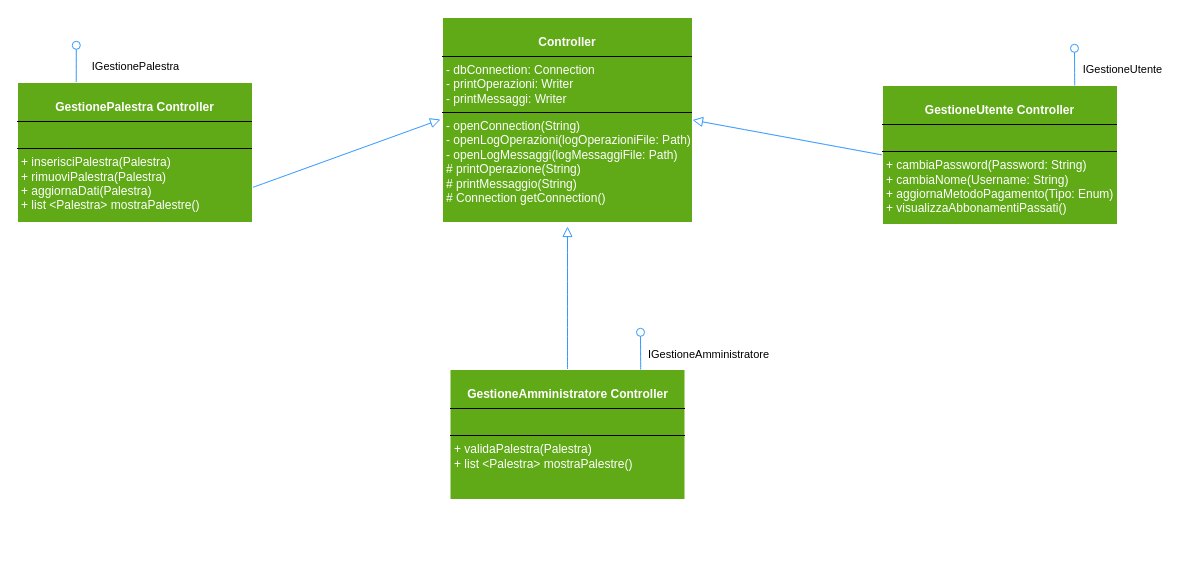
This is Diagrammi_Package/gestioneUtente2.drawio from JosephBoom02/Progetto_Ingegneria_del_Software, a draw.io file, before an edit. Source tidied: cells renumbered, new cells numbered last; positions are measured from the earlier drawing's top-left corner, leaving out a move shared by most shapes. Both pictures are drawn from the tidied source at 100%, with x=0, y=0 at pixel (17, 17).
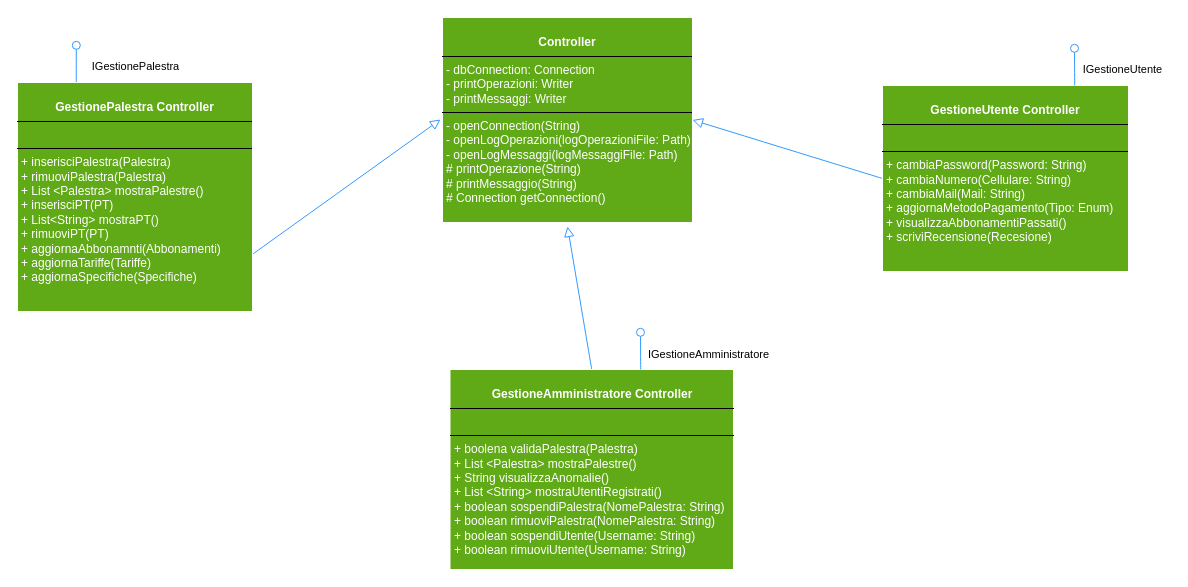
The same page after the edit.

Change to the diagram source:
```diff
@@
 <mxGraphModel>
   <root>
     <mxCell id="0" />
     <mxCell id="1" parent="0" />
     <mxCell id="2" style="edgeStyle=none;curved=1;rounded=0;jettySize=auto;html=1;exitX=0;exitY=0.5;exitDx=0;exitDy=0;entryX=1;entryY=0.5;entryDx=0;entryDy=0;fontSize=12;startSize=8;endSize=8;strokeColor=#3399FF;endArrow=block;endFill=0;" parent="1" edge="1" source="3" target="9">
       <mxGeometry relative="1" as="geometry" />
     </mxCell>
-    <mxCell id="3" value="&lt;p style=&quot;margin:0px;margin-top:4px;text-align:center;&quot;&gt;&lt;font color=&quot;#ffffff&quot;&gt;&lt;br&gt;&lt;b&gt;GestioneUtente Controller&lt;br&gt;&lt;/b&gt;&lt;/font&gt;&lt;/p&gt;&lt;hr size=&quot;1&quot; style=&quot;border-style:solid;&quot;&gt;&lt;p style=&quot;margin:0px;margin-left:4px;&quot;&gt;&lt;font color=&quot;#ffffff&quot;&gt;&lt;br&gt;&lt;/font&gt;&lt;/p&gt;&lt;hr size=&quot;1&quot; style=&quot;border-style:solid;&quot;&gt;&lt;p style=&quot;margin:0px;margin-left:4px;&quot;&gt;&lt;font color=&quot;#ffffff&quot;&gt;+ cambiaPassword(Password: String)&amp;nbsp;&lt;/font&gt;&lt;/p&gt;&lt;p style=&quot;margin:0px;margin-left:4px;&quot;&gt;&lt;font color=&quot;#ffffff&quot;&gt;+ cambiaNome(Username: String)&lt;br&gt;&lt;/font&gt;&lt;/p&gt;&lt;p style=&quot;margin:0px;margin-left:4px;&quot;&gt;&lt;font color=&quot;#ffffff&quot;&gt;+ aggiornaMetodoPagamento(Tipo: Enum)&lt;br&gt;&lt;/font&gt;&lt;/p&gt;&lt;p style=&quot;margin:0px;margin-left:4px;&quot;&gt;&lt;font color=&quot;#ffffff&quot;&gt;+ visualizzaAbbonamentiPassati()&lt;br&gt;&lt;/font&gt;&lt;/p&gt;" style="verticalAlign=top;align=left;overflow=fill;html=1;whiteSpace=wrap;fillColor=#60A917;strokeColor=#FFFFFF;" parent="1" vertex="1">
-      <mxGeometry x="865" y="68" width="235" height="139" as="geometry" />
+    <mxCell id="3" value="&lt;p style=&quot;margin:0px;margin-top:4px;text-align:center;&quot;&gt;&lt;font color=&quot;#ffffff&quot;&gt;&lt;br&gt;&lt;b&gt;GestioneUtente Controller&lt;br&gt;&lt;/b&gt;&lt;/font&gt;&lt;/p&gt;&lt;hr size=&quot;1&quot; style=&quot;border-style:solid;&quot;&gt;&lt;p style=&quot;margin:0px;margin-left:4px;&quot;&gt;&lt;font color=&quot;#ffffff&quot;&gt;&lt;br&gt;&lt;/font&gt;&lt;/p&gt;&lt;hr size=&quot;1&quot; style=&quot;border-style:solid;&quot;&gt;&lt;p style=&quot;margin:0px;margin-left:4px;&quot;&gt;&lt;font color=&quot;#ffffff&quot;&gt;+ cambiaPassword(Password: String)&amp;nbsp;&lt;/font&gt;&lt;/p&gt;&lt;p style=&quot;margin:0px;margin-left:4px;&quot;&gt;&lt;font color=&quot;#ffffff&quot;&gt;+ cambiaNumero(Cellulare: String)&lt;br&gt;&lt;/font&gt;&lt;/p&gt;&lt;p style=&quot;margin:0px;margin-left:4px;&quot;&gt;&lt;font color=&quot;#ffffff&quot;&gt;+ cambiaMail(Mail: String)&lt;/font&gt;&lt;/p&gt;&lt;p style=&quot;margin:0px;margin-left:4px;&quot;&gt;&lt;font color=&quot;#ffffff&quot;&gt;+ aggiornaMetodoPagamento(Tipo: Enum)&lt;br&gt;&lt;/font&gt;&lt;/p&gt;&lt;p style=&quot;margin:0px;margin-left:4px;&quot;&gt;&lt;font color=&quot;#ffffff&quot;&gt;+ visualizzaAbbonamentiPassati()&lt;br&gt;&lt;/font&gt;&lt;/p&gt;&lt;p style=&quot;margin:0px;margin-left:4px;&quot;&gt;&lt;font color=&quot;#ffffff&quot;&gt;+ scriviRecensione(Recesione)&lt;/font&gt;&lt;/p&gt;" style="verticalAlign=top;align=left;overflow=fill;html=1;whiteSpace=wrap;fillColor=#60A917;strokeColor=#FFFFFF;" parent="1" vertex="1">
+      <mxGeometry x="865" y="68" width="246" height="186" as="geometry" />
     </mxCell>
     <mxCell id="4" style="edgeStyle=none;curved=1;rounded=0;jettySize=auto;html=1;exitX=1;exitY=0.75;exitDx=0;exitDy=0;fontSize=12;startSize=8;endSize=8;strokeColor=#3399FF;endArrow=block;endFill=0;" parent="1" edge="1" source="6">
       <mxGeometry relative="1" as="geometry">
         <mxPoint x="423" y="102" as="targetPoint" />
       </mxGeometry>
     </mxCell>
     <mxCell id="5" style="edgeStyle=none;curved=1;rounded=0;jettySize=auto;html=1;exitX=0.25;exitY=0;exitDx=0;exitDy=0;fontSize=12;startSize=8;endSize=8;endArrow=oval;endFill=0;strokeColor=#3399FF;" parent="1" edge="1" source="6">
       <mxGeometry relative="1" as="geometry">
         <mxPoint x="58.8" y="27.8" as="targetPoint" />
       </mxGeometry>
     </mxCell>
-    <mxCell id="6" value="&lt;p style=&quot;margin:0px;margin-top:4px;text-align:center;&quot;&gt;&lt;font color=&quot;#ffffff&quot;&gt;&lt;br&gt;&lt;b&gt;GestionePalestra Controller&lt;br&gt;&lt;/b&gt;&lt;/font&gt;&lt;/p&gt;&lt;hr size=&quot;1&quot; style=&quot;border-style:solid;&quot;&gt;&lt;p style=&quot;margin:0px;margin-left:4px;&quot;&gt;&lt;font color=&quot;#ffffff&quot;&gt;&lt;br&gt;&lt;/font&gt;&lt;/p&gt;&lt;hr size=&quot;1&quot; style=&quot;border-style:solid;&quot;&gt;&lt;p style=&quot;margin:0px;margin-left:4px;&quot;&gt;&lt;font color=&quot;#ffffff&quot;&gt;+ inserisciPalestra(Palestra)&lt;/font&gt;&lt;/p&gt;&lt;p style=&quot;margin:0px;margin-left:4px;&quot;&gt;&lt;font color=&quot;#ffffff&quot;&gt;+ rimuoviPalestra(Palestra)&lt;/font&gt;&lt;/p&gt;&lt;p style=&quot;margin:0px;margin-left:4px;&quot;&gt;&lt;font color=&quot;#ffffff&quot;&gt;+ aggiornaDati(Palestra)&lt;/font&gt;&lt;/p&gt;&lt;p style=&quot;margin:0px;margin-left:4px;&quot;&gt;&lt;font color=&quot;#ffffff&quot;&gt;+ list &amp;lt;Palestra&amp;gt; mostraPalestre()&lt;br&gt;&lt;/font&gt;&lt;/p&gt;" style="verticalAlign=top;align=left;overflow=fill;html=1;whiteSpace=wrap;fillColor=#60A917;strokeColor=#FFFFFF;" parent="1" vertex="1">
-      <mxGeometry y="65" width="235" height="140" as="geometry" />
+    <mxCell id="6" value="&lt;p style=&quot;margin:0px;margin-top:4px;text-align:center;&quot;&gt;&lt;font color=&quot;#ffffff&quot;&gt;&lt;br&gt;&lt;b&gt;GestionePalestra Controller&lt;br&gt;&lt;/b&gt;&lt;/font&gt;&lt;/p&gt;&lt;hr size=&quot;1&quot; style=&quot;border-style:solid;&quot;&gt;&lt;p style=&quot;margin:0px;margin-left:4px;&quot;&gt;&lt;font color=&quot;#ffffff&quot;&gt;&lt;br&gt;&lt;/font&gt;&lt;/p&gt;&lt;hr size=&quot;1&quot; style=&quot;border-style:solid;&quot;&gt;&lt;p style=&quot;margin:0px;margin-left:4px;&quot;&gt;&lt;font color=&quot;#ffffff&quot;&gt;+ inserisciPalestra(Palestra)&lt;/font&gt;&lt;/p&gt;&lt;p style=&quot;margin:0px;margin-left:4px;&quot;&gt;&lt;font color=&quot;#ffffff&quot;&gt;+ rimuoviPalestra(Palestra)&lt;/font&gt;&lt;/p&gt;&lt;p style=&quot;margin:0px;margin-left:4px;&quot;&gt;&lt;font color=&quot;#ffffff&quot;&gt;+ List &amp;lt;Palestra&amp;gt; mostraPalestre(&lt;/font&gt;&lt;span style=&quot;color: rgb(255, 255, 255); background-color: initial;&quot;&gt;)&lt;/span&gt;&lt;/p&gt;&lt;p style=&quot;margin:0px;margin-left:4px;&quot;&gt;&lt;span style=&quot;color: rgb(255, 255, 255); background-color: initial;&quot;&gt;+ inserisciPT(PT)&lt;/span&gt;&lt;/p&gt;&lt;p style=&quot;margin:0px;margin-left:4px;&quot;&gt;&lt;span style=&quot;color: rgb(255, 255, 255); background-color: initial;&quot;&gt;+ List&amp;lt;String&amp;gt; mostraPT()&lt;/span&gt;&lt;/p&gt;&lt;p style=&quot;margin:0px;margin-left:4px;&quot;&gt;&lt;span style=&quot;color: rgb(255, 255, 255); background-color: initial;&quot;&gt;+ rimuoviPT(PT)&lt;/span&gt;&lt;/p&gt;&lt;p style=&quot;margin:0px;margin-left:4px;&quot;&gt;&lt;span style=&quot;color: rgb(255, 255, 255); background-color: initial;&quot;&gt;+ aggiornaAbbonamnti(Abbonamenti)&lt;/span&gt;&lt;/p&gt;&lt;p style=&quot;margin:0px;margin-left:4px;&quot;&gt;&lt;span style=&quot;color: rgb(255, 255, 255); background-color: initial;&quot;&gt;+ aggiornaTariffe(Tariffe)&lt;/span&gt;&lt;/p&gt;&lt;p style=&quot;margin:0px;margin-left:4px;&quot;&gt;&lt;span style=&quot;color: rgb(255, 255, 255); background-color: initial;&quot;&gt;+ aggiornaSpecifiche(Specifiche)&lt;/span&gt;&lt;/p&gt;" style="verticalAlign=top;align=left;overflow=fill;html=1;whiteSpace=wrap;fillColor=#60A917;strokeColor=#FFFFFF;" parent="1" vertex="1">
+      <mxGeometry y="65" width="235" height="229" as="geometry" />
     </mxCell>
     <mxCell id="7" style="edgeStyle=none;curved=1;rounded=0;jettySize=auto;html=1;exitX=0.5;exitY=0;exitDx=0;exitDy=0;fontSize=12;startSize=8;endSize=8;strokeColor=#3399FF;endArrow=block;endFill=0;" parent="1" edge="1" source="8">
       <mxGeometry relative="1" as="geometry">
         <mxPoint x="550" y="209" as="targetPoint" />
       </mxGeometry>
     </mxCell>
-    <mxCell id="8" value="&lt;p style=&quot;margin:0px;margin-top:4px;text-align:center;&quot;&gt;&lt;font color=&quot;#ffffff&quot;&gt;&lt;br&gt;&lt;b&gt;GestioneAmministratore Controller&lt;/b&gt;&lt;/font&gt;&lt;/p&gt;&lt;hr size=&quot;1&quot; style=&quot;border-style:solid;&quot;&gt;&lt;p style=&quot;margin:0px;margin-left:4px;&quot;&gt;&lt;font color=&quot;#ffffff&quot;&gt;&lt;br&gt;&lt;/font&gt;&lt;/p&gt;&lt;hr size=&quot;1&quot; style=&quot;border-style:solid;&quot;&gt;&lt;p style=&quot;margin:0px;margin-left:4px;&quot;&gt;&lt;font color=&quot;#ffffff&quot;&gt;+ validaPalestra(Palestra)&lt;/font&gt;&lt;/p&gt;&lt;p style=&quot;margin:0px;margin-left:4px;&quot;&gt;&lt;font color=&quot;#ffffff&quot;&gt;+ list &amp;lt;Palestra&amp;gt; mostraPalestre()&lt;br&gt;&lt;/font&gt;&lt;/p&gt;" style="verticalAlign=top;align=left;overflow=fill;html=1;whiteSpace=wrap;fillColor=#60A917;strokeColor=#FFFFFF;" parent="1" vertex="1">
-      <mxGeometry x="432.5" y="352" width="235" height="130" as="geometry" />
+    <mxCell id="8" value="&lt;p style=&quot;margin:0px;margin-top:4px;text-align:center;&quot;&gt;&lt;font color=&quot;#ffffff&quot;&gt;&lt;br&gt;&lt;b&gt;GestioneAmministratore Controller&lt;/b&gt;&lt;/font&gt;&lt;/p&gt;&lt;hr size=&quot;1&quot; style=&quot;border-style:solid;&quot;&gt;&lt;p style=&quot;margin:0px;margin-left:4px;&quot;&gt;&lt;font color=&quot;#ffffff&quot;&gt;&lt;br&gt;&lt;/font&gt;&lt;/p&gt;&lt;hr size=&quot;1&quot; style=&quot;border-style:solid;&quot;&gt;&lt;p style=&quot;margin:0px;margin-left:4px;&quot;&gt;&lt;font color=&quot;#ffffff&quot;&gt;+ boolena validaPalestra(Palestra)&lt;/font&gt;&lt;/p&gt;&lt;p style=&quot;margin:0px;margin-left:4px;&quot;&gt;&lt;font color=&quot;#ffffff&quot;&gt;+ List &amp;lt;Palestra&amp;gt; mostraPalestre()&lt;br&gt;&lt;/font&gt;&lt;/p&gt;&lt;p style=&quot;margin:0px;margin-left:4px;&quot;&gt;&lt;font color=&quot;#ffffff&quot;&gt;+ String visualizzaAnomalie()&lt;/font&gt;&lt;/p&gt;&lt;p style=&quot;margin:0px;margin-left:4px;&quot;&gt;&lt;font color=&quot;#ffffff&quot;&gt;+ List &amp;lt;String&amp;gt; mostraUtentiRegistrati()&lt;/font&gt;&lt;/p&gt;&lt;p style=&quot;margin:0px;margin-left:4px;&quot;&gt;&lt;font color=&quot;#ffffff&quot;&gt;+ boolean sospendiPalestra(NomePalestra: String)&lt;/font&gt;&lt;/p&gt;&lt;p style=&quot;margin:0px;margin-left:4px;&quot;&gt;&lt;span style=&quot;color: rgb(255, 255, 255);&quot;&gt;+ boolean rimuoviPalestra(NomePalestra: String)&lt;/span&gt;&lt;font color=&quot;#ffffff&quot;&gt;&lt;br&gt;&lt;/font&gt;&lt;/p&gt;&lt;p style=&quot;margin:0px;margin-left:4px;&quot;&gt;&lt;span style=&quot;color: rgb(255, 255, 255);&quot;&gt;+ boolean sospendiUtente(Username: String)&lt;/span&gt;&lt;/p&gt;&lt;p style=&quot;margin:0px;margin-left:4px;&quot;&gt;&lt;span style=&quot;color: rgb(255, 255, 255);&quot;&gt;+ boolean rimuoviUtente(Username: String)&lt;/span&gt;&lt;span style=&quot;color: rgb(255, 255, 255);&quot;&gt;&lt;br&gt;&lt;/span&gt;&lt;/p&gt;" style="verticalAlign=top;align=left;overflow=fill;html=1;whiteSpace=wrap;fillColor=#60A917;strokeColor=#FFFFFF;" parent="1" vertex="1">
+      <mxGeometry x="432.5" y="352" width="283.5" height="200" as="geometry" />
     </mxCell>
     <mxCell id="9" value="&lt;br&gt;&lt;p style=&quot;margin:0px;margin-top:4px;text-align:center;&quot;&gt;&lt;font color=&quot;#ffffff&quot;&gt;&lt;b&gt;Controller&lt;/b&gt;&lt;/font&gt;&lt;/p&gt;&lt;hr size=&quot;1&quot; style=&quot;border-style:solid;&quot;&gt;&lt;p style=&quot;margin:0px;margin-left:4px;&quot;&gt;&lt;font color=&quot;#ffffff&quot;&gt;- dbConnection: Connection&lt;br&gt;&lt;/font&gt;&lt;/p&gt;&lt;p style=&quot;margin:0px;margin-left:4px;&quot;&gt;&lt;font color=&quot;#ffffff&quot;&gt;- printOperazioni: Writer&lt;/font&gt;&lt;/p&gt;&lt;p style=&quot;margin:0px;margin-left:4px;&quot;&gt;&lt;font color=&quot;#ffffff&quot;&gt;- printMessaggi: Writer&lt;br&gt;&lt;/font&gt;&lt;/p&gt;&lt;hr size=&quot;1&quot; style=&quot;border-style:solid;&quot;&gt;&lt;p style=&quot;margin:0px;margin-left:4px;&quot;&gt;&lt;font color=&quot;#ffffff&quot;&gt;- openConnection(String)&lt;/font&gt;&lt;/p&gt;&lt;p style=&quot;margin:0px;margin-left:4px;&quot;&gt;&lt;font color=&quot;#ffffff&quot;&gt;- openLogOperazioni(logOperazioniFile: Path)&lt;br&gt;&lt;/font&gt;&lt;/p&gt;&lt;p style=&quot;margin:0px;margin-left:4px;&quot;&gt;&lt;font color=&quot;#ffffff&quot;&gt;- openLogMessaggi(logMessaggiFile: Path)&lt;/font&gt;&lt;/p&gt;&lt;p style=&quot;margin:0px;margin-left:4px;&quot;&gt;&lt;font color=&quot;#ffffff&quot;&gt;# printOperazione(String)&lt;/font&gt;&lt;/p&gt;&lt;p style=&quot;margin:0px;margin-left:4px;&quot;&gt;&lt;font color=&quot;#ffffff&quot;&gt;# printMessaggio(String)&lt;br&gt;&lt;/font&gt;&lt;/p&gt;&lt;p style=&quot;margin:0px;margin-left:4px;&quot;&gt;&lt;font color=&quot;#ffffff&quot;&gt;# Connection getConnection()&lt;br&gt;&lt;/font&gt;&lt;/p&gt;" style="verticalAlign=top;align=left;overflow=fill;html=1;whiteSpace=wrap;fillColor=#60A917;strokeColor=#FFFFFF;" parent="1" vertex="1">
       <mxGeometry x="425" width="250" height="205" as="geometry" />
     </mxCell>
     <mxCell id="10" style="edgeStyle=none;curved=1;rounded=0;orthogonalLoop=1;jettySize=auto;html=1;exitX=0.25;exitY=0;exitDx=0;exitDy=0;fontSize=12;startSize=8;endSize=8;endArrow=oval;endFill=0;strokeColor=#3399FF;" parent="1" edge="1">
       <mxGeometry relative="1" as="geometry">
         <mxPoint x="1057.2" y="68" as="sourcePoint" />
         <mxPoint x="1057" y="30.8" as="targetPoint" />
       </mxGeometry>
     </mxCell>
     <mxCell id="11" style="edgeStyle=none;curved=1;rounded=0;orthogonalLoop=1;jettySize=auto;html=1;exitX=0.25;exitY=0;exitDx=0;exitDy=0;fontSize=12;startSize=8;endSize=8;endArrow=oval;endFill=0;strokeColor=#3399FF;" parent="1" edge="1">
       <mxGeometry relative="1" as="geometry">
         <mxPoint x="623.2" y="352" as="sourcePoint" />
         <mxPoint x="623" y="314.8" as="targetPoint" />
       </mxGeometry>
     </mxCell>
     <mxCell id="12" value="&lt;font style=&quot;font-size: 11px;&quot;&gt;IGestioneAmministratore&lt;/font&gt;" style="text;html=1;align=center;verticalAlign=middle;strokeColor=none;fillColor=none;fontSize=16;" parent="1" vertex="1">
       <mxGeometry x="622" y="319" width="138" height="31" as="geometry" />
     </mxCell>
     <mxCell id="13" value="&lt;font style=&quot;font-size: 11px;&quot;&gt;IGestioneUtente&lt;/font&gt;" style="text;html=1;align=center;verticalAlign=middle;strokeColor=none;fillColor=none;fontSize=16;" parent="1" vertex="1">
       <mxGeometry x="1056.5" y="34.5" width="97" height="31" as="geometry" />
     </mxCell>
     <mxCell id="14" value="&lt;font style=&quot;font-size: 11px;&quot;&gt;IGestionePalestra&lt;/font&gt;" style="text;html=1;align=center;verticalAlign=middle;strokeColor=none;fillColor=none;fontSize=16;" parent="1" vertex="1">
       <mxGeometry x="65" y="31" width="105" height="31" as="geometry" />
     </mxCell>
   </root>
 </mxGraphModel>
```
